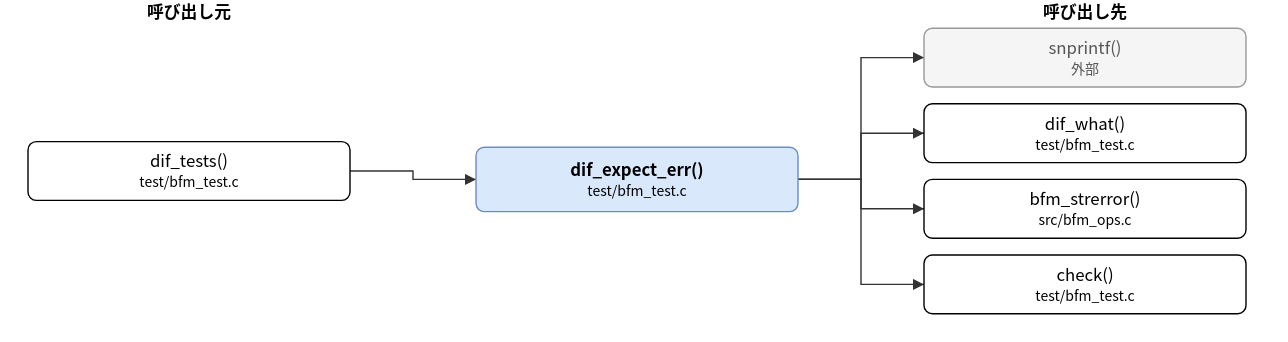
Before: doc/spec/images/call_test_bfm_test-dif_expect_err.drawio.svg, a diagram exported from draw.io (hf355051012-ai/bfmem). Source tidied: cells renumbered, new cells last; positions are measured from the earlier drawing's top-left corner, leaving out a move shared by most shapes. Its diagram source:
```xml
<mxGraphModel>
  <root>
    <mxCell id="0" />
    <mxCell id="1" parent="0" />
    <mxCell id="2" value="dif_expect_err()&lt;br&gt;&lt;font style=&quot;font-size:10px&quot;&gt;test/bfm_test.c&lt;/font&gt;" style="rounded=1;whiteSpace=wrap;html=1;fillColor=#dae8fc;strokeColor=#6c8ebf;fontStyle=1;" parent="1" vertex="1">
      <mxGeometry x="320" y="105" width="230" height="46" as="geometry" />
    </mxCell>
    <mxCell id="3" value="dif_tests()&lt;br&gt;&lt;font style=&quot;font-size:10px&quot;&gt;test/bfm_test.c&lt;/font&gt;" style="rounded=1;whiteSpace=wrap;html=1;" parent="1" vertex="1">
      <mxGeometry y="101" width="230" height="42" as="geometry" />
    </mxCell>
    <mxCell id="4" value="snprintf()&lt;br&gt;&lt;font style=&quot;font-size:10px&quot;&gt;外部&lt;/font&gt;" style="rounded=1;whiteSpace=wrap;html=1;fillColor=#f5f5f5;strokeColor=#999999;fontColor=#555555;" parent="1" vertex="1">
      <mxGeometry x="640" y="20" width="230" height="42" as="geometry" />
    </mxCell>
    <mxCell id="5" value="dif_what()&lt;br&gt;&lt;font style=&quot;font-size:10px&quot;&gt;test/bfm_test.c&lt;/font&gt;" style="rounded=1;whiteSpace=wrap;html=1;" parent="1" vertex="1">
      <mxGeometry x="640" y="74" width="230" height="42" as="geometry" />
    </mxCell>
    <mxCell id="6" value="bfm_strerror()&lt;br&gt;&lt;font style=&quot;font-size:10px&quot;&gt;src/bfm_ops.c&lt;/font&gt;" style="rounded=1;whiteSpace=wrap;html=1;" parent="1" vertex="1">
      <mxGeometry x="640" y="128" width="230" height="42" as="geometry" />
    </mxCell>
    <mxCell id="7" value="check()&lt;br&gt;&lt;font style=&quot;font-size:10px&quot;&gt;test/bfm_test.c&lt;/font&gt;" style="rounded=1;whiteSpace=wrap;html=1;" parent="1" vertex="1">
      <mxGeometry x="640" y="182" width="230" height="42" as="geometry" />
    </mxCell>
    <mxCell id="8" style="edgeStyle=none;html=1;rounded=0;endArrow=block;endFill=1;exitX=1.0000;exitY=0.5000;exitDx=0;exitDy=0;exitPerimeter=0;entryX=0.0000;entryY=0.5000;entryDx=0;entryDy=0;entryPerimeter=0;" parent="1" edge="1" source="3" target="2">
      <mxGeometry relative="1" as="geometry">
        <Array as="points">
          <mxPoint x="275" y="122" />
          <mxPoint x="275" y="128" />
        </Array>
      </mxGeometry>
    </mxCell>
    <mxCell id="9" style="edgeStyle=none;html=1;rounded=0;endArrow=block;endFill=1;exitX=1.0000;exitY=0.5000;exitDx=0;exitDy=0;exitPerimeter=0;entryX=0.0000;entryY=0.5000;entryDx=0;entryDy=0;entryPerimeter=0;" parent="1" edge="1" source="2" target="4">
      <mxGeometry relative="1" as="geometry">
        <Array as="points">
          <mxPoint x="595" y="128" />
          <mxPoint x="595" y="41" />
        </Array>
      </mxGeometry>
    </mxCell>
    <mxCell id="10" style="edgeStyle=none;html=1;rounded=0;endArrow=block;endFill=1;exitX=1.0000;exitY=0.5000;exitDx=0;exitDy=0;exitPerimeter=0;entryX=0.0000;entryY=0.5000;entryDx=0;entryDy=0;entryPerimeter=0;" parent="1" edge="1" source="2" target="5">
      <mxGeometry relative="1" as="geometry">
        <Array as="points">
          <mxPoint x="595" y="128" />
          <mxPoint x="595" y="95" />
        </Array>
      </mxGeometry>
    </mxCell>
    <mxCell id="11" style="edgeStyle=none;html=1;rounded=0;endArrow=block;endFill=1;exitX=1.0000;exitY=0.5000;exitDx=0;exitDy=0;exitPerimeter=0;entryX=0.0000;entryY=0.5000;entryDx=0;entryDy=0;entryPerimeter=0;" parent="1" edge="1" source="2" target="6">
      <mxGeometry relative="1" as="geometry">
        <Array as="points">
          <mxPoint x="595" y="128" />
          <mxPoint x="595" y="149" />
        </Array>
      </mxGeometry>
    </mxCell>
    <mxCell id="12" style="edgeStyle=none;html=1;rounded=0;endArrow=block;endFill=1;exitX=1.0000;exitY=0.5000;exitDx=0;exitDy=0;exitPerimeter=0;entryX=0.0000;entryY=0.5000;entryDx=0;entryDy=0;entryPerimeter=0;" parent="1" edge="1" source="2" target="7">
      <mxGeometry relative="1" as="geometry">
        <Array as="points">
          <mxPoint x="595" y="128" />
          <mxPoint x="595" y="203" />
        </Array>
      </mxGeometry>
    </mxCell>
    <mxCell id="13" value="呼び出し元" style="text;html=1;align=center;fontStyle=1;" parent="1" vertex="1">
      <mxGeometry x="35" width="160" height="18" as="geometry" />
    </mxCell>
    <mxCell id="14" value="呼び出し先" style="text;html=1;align=center;fontStyle=1;" parent="1" vertex="1">
      <mxGeometry x="675" width="160" height="18" as="geometry" />
    </mxCell>
  </root>
</mxGraphModel>
```
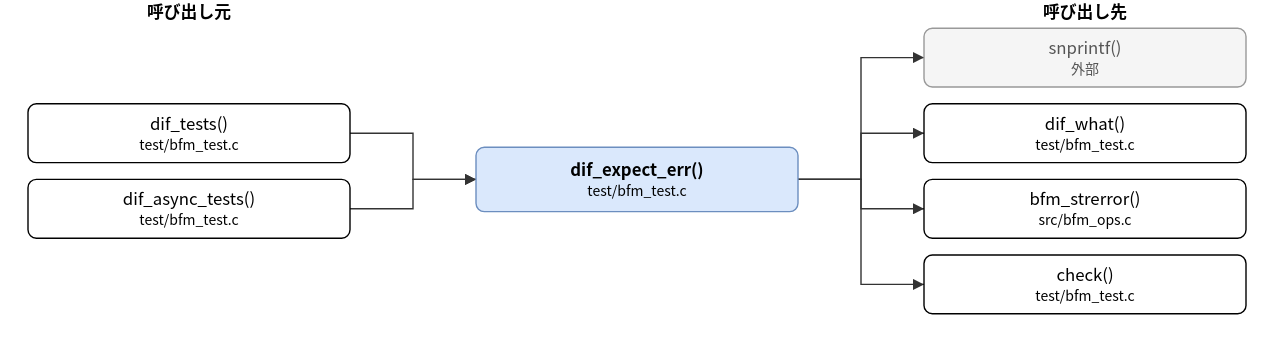
Later version of the same file.

The edit, as a diff of the source:
```diff
@@ -6,8 +6,11 @@
       <mxGeometry x="320" y="105" width="230" height="46" as="geometry" />
     </mxCell>
     <mxCell id="3" value="dif_tests()&lt;br&gt;&lt;font style=&quot;font-size:10px&quot;&gt;test/bfm_test.c&lt;/font&gt;" style="rounded=1;whiteSpace=wrap;html=1;" parent="1" vertex="1">
-      <mxGeometry y="101" width="230" height="42" as="geometry" />
+      <mxGeometry y="74" width="230" height="42" as="geometry" />
     </mxCell>
+    <mxCell id="15" value="dif_async_tests()&lt;br&gt;&lt;font style=&quot;font-size:10px&quot;&gt;test/bfm_test.c&lt;/font&gt;" style="rounded=1;whiteSpace=wrap;html=1;" parent="1" vertex="1">
+      <mxGeometry y="128" width="230" height="42" as="geometry" />
+    </mxCell>
     <mxCell id="4" value="snprintf()&lt;br&gt;&lt;font style=&quot;font-size:10px&quot;&gt;外部&lt;/font&gt;" style="rounded=1;whiteSpace=wrap;html=1;fillColor=#f5f5f5;strokeColor=#999999;fontColor=#555555;" parent="1" vertex="1">
       <mxGeometry x="640" y="20" width="230" height="42" as="geometry" />
     </mxCell>
@@ -23,43 +26,51 @@
     <mxCell id="8" style="edgeStyle=none;html=1;rounded=0;endArrow=block;endFill=1;exitX=1.0000;exitY=0.5000;exitDx=0;exitDy=0;exitPerimeter=0;entryX=0.0000;entryY=0.5000;entryDx=0;entryDy=0;entryPerimeter=0;" parent="1" edge="1" source="3" target="2">
       <mxGeometry relative="1" as="geometry">
         <Array as="points">
-          <mxPoint x="275" y="122" />
+          <mxPoint x="275" y="95" />
           <mxPoint x="275" y="128" />
         </Array>
       </mxGeometry>
     </mxCell>
-    <mxCell id="9" style="edgeStyle=none;html=1;rounded=0;endArrow=block;endFill=1;exitX=1.0000;exitY=0.5000;exitDx=0;exitDy=0;exitPerimeter=0;entryX=0.0000;entryY=0.5000;entryDx=0;entryDy=0;entryPerimeter=0;" parent="1" edge="1" source="2" target="4">
+    <mxCell id="9" style="edgeStyle=none;html=1;rounded=0;endArrow=block;endFill=1;exitX=1.0000;exitY=0.5000;exitDx=0;exitDy=0;exitPerimeter=0;entryX=0.0000;entryY=0.5000;entryDx=0;entryDy=0;entryPerimeter=0;" parent="1" edge="1" source="15" target="2">
       <mxGeometry relative="1" as="geometry">
         <Array as="points">
-          <mxPoint x="595" y="128" />
-          <mxPoint x="595" y="41" />
+          <mxPoint x="275" y="149" />
+          <mxPoint x="275" y="128" />
         </Array>
       </mxGeometry>
     </mxCell>
-    <mxCell id="10" style="edgeStyle=none;html=1;rounded=0;endArrow=block;endFill=1;exitX=1.0000;exitY=0.5000;exitDx=0;exitDy=0;exitPerimeter=0;entryX=0.0000;entryY=0.5000;entryDx=0;entryDy=0;entryPerimeter=0;" parent="1" edge="1" source="2" target="5">
+    <mxCell id="10" style="edgeStyle=none;html=1;rounded=0;endArrow=block;endFill=1;exitX=1.0000;exitY=0.5000;exitDx=0;exitDy=0;exitPerimeter=0;entryX=0.0000;entryY=0.5000;entryDx=0;entryDy=0;entryPerimeter=0;" parent="1" edge="1" source="2" target="4">
       <mxGeometry relative="1" as="geometry">
         <Array as="points">
           <mxPoint x="595" y="128" />
-          <mxPoint x="595" y="95" />
+          <mxPoint x="595" y="41" />
         </Array>
       </mxGeometry>
     </mxCell>
-    <mxCell id="11" style="edgeStyle=none;html=1;rounded=0;endArrow=block;endFill=1;exitX=1.0000;exitY=0.5000;exitDx=0;exitDy=0;exitPerimeter=0;entryX=0.0000;entryY=0.5000;entryDx=0;entryDy=0;entryPerimeter=0;" parent="1" edge="1" source="2" target="6">
+    <mxCell id="11" style="edgeStyle=none;html=1;rounded=0;endArrow=block;endFill=1;exitX=1.0000;exitY=0.5000;exitDx=0;exitDy=0;exitPerimeter=0;entryX=0.0000;entryY=0.5000;entryDx=0;entryDy=0;entryPerimeter=0;" parent="1" edge="1" source="2" target="5">
       <mxGeometry relative="1" as="geometry">
         <Array as="points">
           <mxPoint x="595" y="128" />
-          <mxPoint x="595" y="149" />
+          <mxPoint x="595" y="95" />
         </Array>
       </mxGeometry>
     </mxCell>
-    <mxCell id="12" style="edgeStyle=none;html=1;rounded=0;endArrow=block;endFill=1;exitX=1.0000;exitY=0.5000;exitDx=0;exitDy=0;exitPerimeter=0;entryX=0.0000;entryY=0.5000;entryDx=0;entryDy=0;entryPerimeter=0;" parent="1" edge="1" source="2" target="7">
+    <mxCell id="12" style="edgeStyle=none;html=1;rounded=0;endArrow=block;endFill=1;exitX=1.0000;exitY=0.5000;exitDx=0;exitDy=0;exitPerimeter=0;entryX=0.0000;entryY=0.5000;entryDx=0;entryDy=0;entryPerimeter=0;" parent="1" edge="1" source="2" target="6">
       <mxGeometry relative="1" as="geometry">
         <Array as="points">
           <mxPoint x="595" y="128" />
-          <mxPoint x="595" y="203" />
+          <mxPoint x="595" y="149" />
         </Array>
       </mxGeometry>
     </mxCell>
+    <mxCell id="16" style="edgeStyle=none;html=1;rounded=0;endArrow=block;endFill=1;exitX=1.0000;exitY=0.5000;exitDx=0;exitDy=0;exitPerimeter=0;entryX=0.0000;entryY=0.5000;entryDx=0;entryDy=0;entryPerimeter=0;" parent="1" edge="1" source="2" target="7">
+      <mxGeometry relative="1" as="geometry">
+        <Array as="points">
+          <mxPoint x="595" y="128" />
+          <mxPoint x="595" y="203" />
+        </Array>
+      </mxGeometry>
+    </mxCell>
     <mxCell id="13" value="呼び出し元" style="text;html=1;align=center;fontStyle=1;" parent="1" vertex="1">
       <mxGeometry x="35" width="160" height="18" as="geometry" />
     </mxCell>
```
